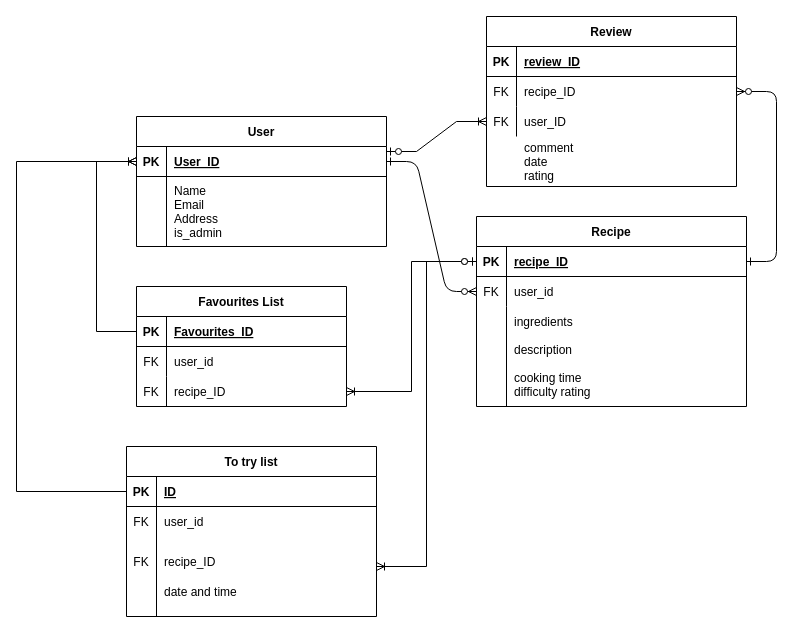
This is doc/ERD.drawio from jennlai95/T2A2_recipe_API, a draw.io file, before an edit. Source tidied: cells renumbered, new cells numbered last; positions are measured from the earlier drawing's top-left corner, leaving out a move shared by most shapes. Both pictures are drawn from the tidied source at 100%, with x=0, y=0 at pixel (16, 16).
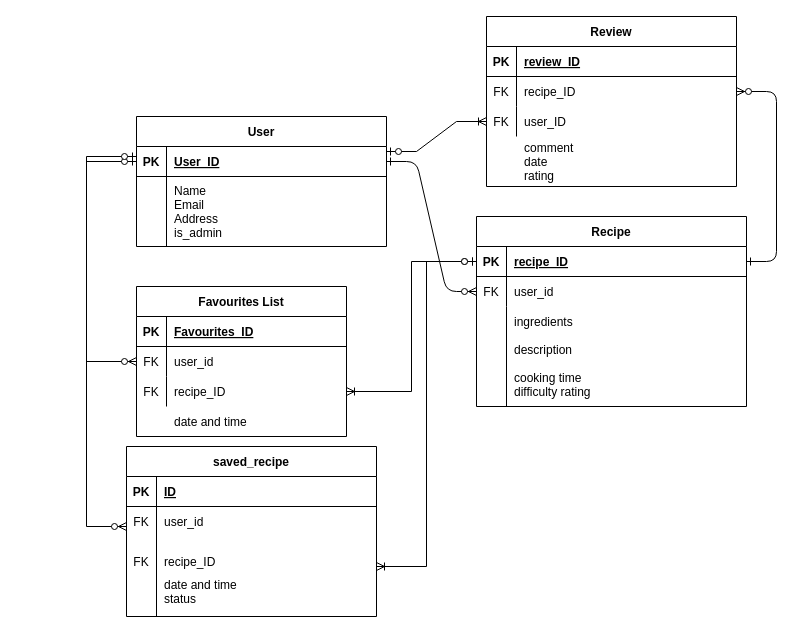
After the change.

Unchanged cells that the change refers to:
```xml
<mxCell id="11" style="shape=partialRectangle;fillColor=none;top=0;left=0;right=0;bottom=0;" parent="4" vertex="1">
  <mxGeometry y="90" width="270" height="100" as="geometry" />
</mxCell>
<mxCell id="25" style="shape=partialRectangle;fillColor=none;points=[[0,0.5],[1,0.5]];portConstraint=eastwest;top=0;left=0;right=0;bottom=1;" parent="24" vertex="1">
  <mxGeometry y="30" width="250" height="30" as="geometry" />
</mxCell>
<mxCell id="34" style="shape=partialRectangle;fillColor=none;points=[[0,0.5],[1,0.5]];portConstraint=eastwest;top=0;left=0;right=0;bottom=1;" parent="33" vertex="1">
  <mxGeometry y="30" width="210" height="30" as="geometry" />
</mxCell>
<mxCell id="45" style="shape=partialRectangle;fillColor=none;points=[[0,0.5],[1,0.5]];portConstraint=eastwest;top=0;left=0;right=0;bottom=1;" parent="44" vertex="1">
  <mxGeometry y="30" width="250" height="30" as="geometry" />
</mxCell>
```

Change to the diagram source:
```diff
@@
-    <mxCell id="13" value="ingredients&#10;&#10;description&#10;&#10;cooking time&#10;difficulty rating" style="shape=partialRectangle;overflow=hidden;fillColor=none;top=0;left=0;bottom=0;right=0;align=left;spacingLeft=6;" parent="11" vertex="1">
+    <mxCell id="13" value="ingredients&#10;&#10;description&#10;&#10;cooking time &#10;difficulty rating" style="shape=partialRectangle;overflow=hidden;fillColor=none;top=0;left=0;bottom=0;right=0;align=left;spacingLeft=6;" parent="11" vertex="1">
       <mxGeometry x="30" width="240" height="100" as="geometry" />
     </mxCell>
@@
     <mxCell id="33" value="Favourites List" style="shape=table;startSize=30;childLayout=tableLayout;rowLines=0;fontStyle=1;align=center;" parent="1" vertex="1">
-      <mxGeometry x="120" y="270" width="210" height="120" as="geometry" />
+      <mxGeometry x="120" y="270" width="210" height="150" as="geometry" />
     </mxCell>
@@
-    <mxCell id="44" value="To try list" style="shape=table;startSize=30;childLayout=tableLayout;rowLines=0;fontStyle=1;align=center;" parent="1" vertex="1">
+    <mxCell id="44" value="saved_recipe" style="shape=table;startSize=30;childLayout=tableLayout;rowLines=0;fontStyle=1;align=center;" parent="1" vertex="1">
       <mxGeometry x="110" y="430" width="250" height="170" as="geometry" />
     </mxCell>
@@
-    <mxCell id="55" value="date and time" style="shape=partialRectangle;overflow=hidden;fillColor=none;top=0;left=0;bottom=0;right=0;align=left;spacingLeft=6;" parent="1" vertex="1">
+    <mxCell id="55" value="date and time&#10;status" style="shape=partialRectangle;overflow=hidden;fillColor=none;top=0;left=0;bottom=0;right=0;align=left;spacingLeft=6;" parent="1" vertex="1">
       <mxGeometry x="140" y="560" width="180" height="30" as="geometry" />
     </mxCell>
@@
-    <mxCell id="57" style="edgeStyle=elbowEdgeStyle;fontSize=12;html=1;endArrow=ERoneToMany;rounded=0;exitX=0;exitY=0.5;exitDx=0;exitDy=0;entryX=0;entryY=0.5;entryDx=0;entryDy=0;" parent="1" edge="1" source="34" target="25">
-      <mxGeometry relative="1" as="geometry">
-        <Array as="points">
-          <mxPoint x="80" y="240" />
-        </Array>
-      </mxGeometry>
-    </mxCell>
-    <mxCell id="58" style="edgeStyle=elbowEdgeStyle;fontSize=12;html=1;endArrow=ERoneToMany;rounded=0;entryX=0;entryY=0.5;entryDx=0;entryDy=0;exitX=0;exitY=0.5;exitDx=0;exitDy=0;" parent="1" edge="1" source="45" target="25">
-      <mxGeometry relative="1" as="geometry">
-        <Array as="points">
-          <mxPoint y="345" />
-        </Array>
-      </mxGeometry>
-    </mxCell>
+    <mxCell id="59" value="date and time" style="shape=partialRectangle;overflow=hidden;fillColor=none;top=0;left=0;bottom=0;right=0;align=left;spacingLeft=6;" parent="1" vertex="1">
+      <mxGeometry x="150" y="390" width="180" height="30" as="geometry" />
+    </mxCell>
+    <mxCell id="60" style="edgeStyle=elbowEdgeStyle;fontSize=12;html=1;endArrow=ERzeroToMany;startArrow=ERzeroToOne;rounded=0;exitX=0;exitY=0.5;exitDx=0;exitDy=0;" parent="1" edge="1" source="25">
+      <mxGeometry relative="1" as="geometry">
+        <mxPoint x="110" y="510" as="targetPoint" />
+        <Array as="points">
+          <mxPoint x="70" y="380" />
+          <mxPoint x="-40" y="290" />
+          <mxPoint x="60" y="260" />
+          <mxPoint x="70" y="250" />
+        </Array>
+      </mxGeometry>
+    </mxCell>
+    <mxCell id="61" style="edgeStyle=elbowEdgeStyle;fontSize=12;html=1;endArrow=ERzeroToMany;startArrow=ERzeroToOne;rounded=0;exitX=0;exitY=0.5;exitDx=0;exitDy=0;" parent="1" edge="1">
+      <mxGeometry relative="1" as="geometry">
+        <mxPoint x="120" y="140" as="sourcePoint" />
+        <mxPoint x="120" y="345" as="targetPoint" />
+        <Array as="points">
+          <mxPoint x="70" y="245" />
+        </Array>
+      </mxGeometry>
+    </mxCell>
```
